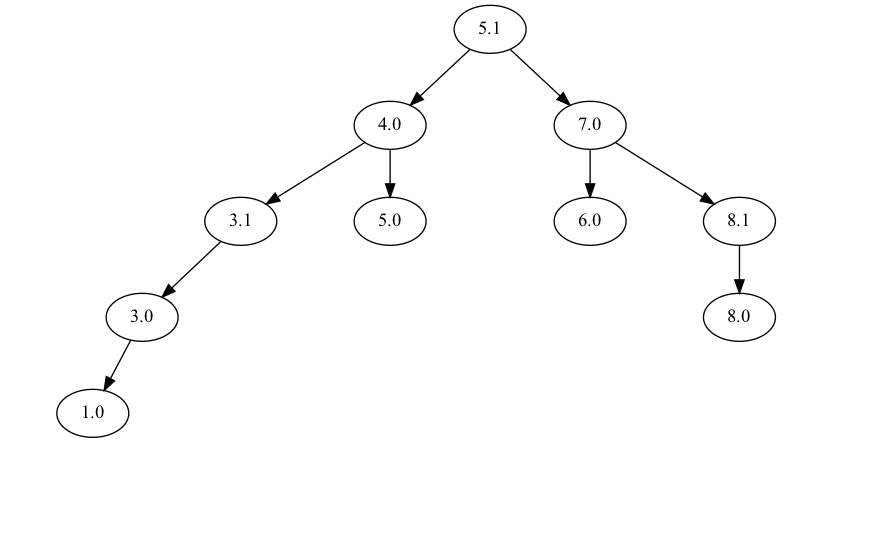
IvanMurzin/Informatics keeps this Graphviz diagram as lab4/output/binary_tree.dot.png. Above is the earlier version. Its source is kept beside it as lab4/output/binary_tree.dot.
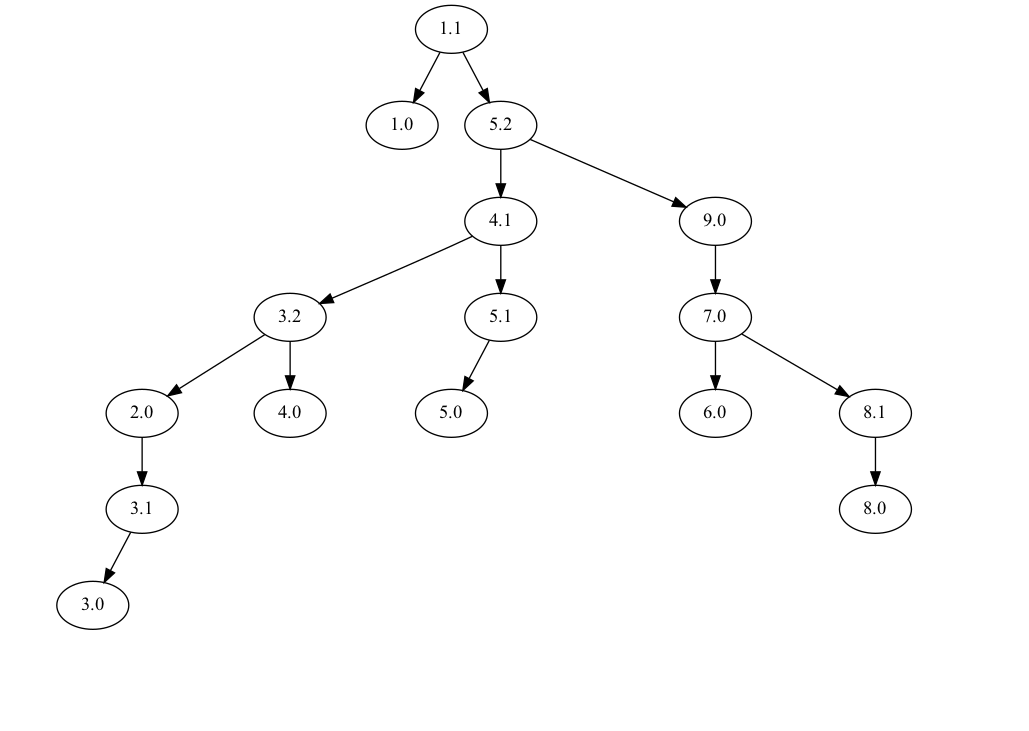
The same file after the commit.

What changed in the source:
```diff
@@ -1,24 +1,36 @@
 digraph binaryTree {
-5.1 5.1 -> 4.0;
- 5.1 -> 7.0;
- 4.0 -> 3.1;
- 4.0 -> 5.0;
+1.1 1.1 -> 1.0;
+ 1.1 -> 5.2;
+ 1.0 -> null0[style=invis];
+ 1.0 -> null1[style=invis];
+ 5.2 -> 4.1;
+ 5.2 -> 9.0;
+ 4.1 -> 3.2;
+ 4.1 -> 5.1;
+ 3.2 -> 2.0;
+ 3.2 -> 4.0;
+ 2.0 -> null2[style=invis];
+ 2.0 -> 3.1;
  3.1 -> 3.0;
- 3.1 -> null0[style=invis];
- 3.0 -> 1.0;
- 3.0 -> null1[style=invis];
- 1.0 -> null2[style=invis];
- 1.0 -> null3[style=invis];
- 5.0 -> null4[style=invis];
- 5.0 -> null5[style=invis];
+ 3.1 -> null3[style=invis];
+ 3.0 -> null4[style=invis];
+ 3.0 -> null5[style=invis];
+ 4.0 -> null6[style=invis];
+ 4.0 -> null7[style=invis];
+ 5.1 -> 5.0;
+ 5.1 -> null8[style=invis];
+ 5.0 -> null9[style=invis];
+ 5.0 -> null10[style=invis];
+ 9.0 -> 7.0;
+ 9.0 -> null11[style=invis];
  7.0 -> 6.0;
  7.0 -> 8.1;
- 6.0 -> null6[style=invis];
- 6.0 -> null7[style=invis];
+ 6.0 -> null12[style=invis];
+ 6.0 -> null13[style=invis];
  8.1 -> 8.0;
- 8.1 -> null8[style=invis];
- 8.0 -> null9[style=invis];
- 8.0 -> null10[style=invis];
+ 8.1 -> null14[style=invis];
+ 8.0 -> null15[style=invis];
+ 8.0 -> null16[style=invis];
  null0[style=invis];
  null1[style=invis];
  null2[style=invis];
@@ -30,4 +42,10 @@
  null8[style=invis];
  null9[style=invis];
  null10[style=invis];
+ null11[style=invis];
+ null12[style=invis];
+ null13[style=invis];
+ null14[style=invis];
+ null15[style=invis];
+ null16[style=invis];
 }
```
